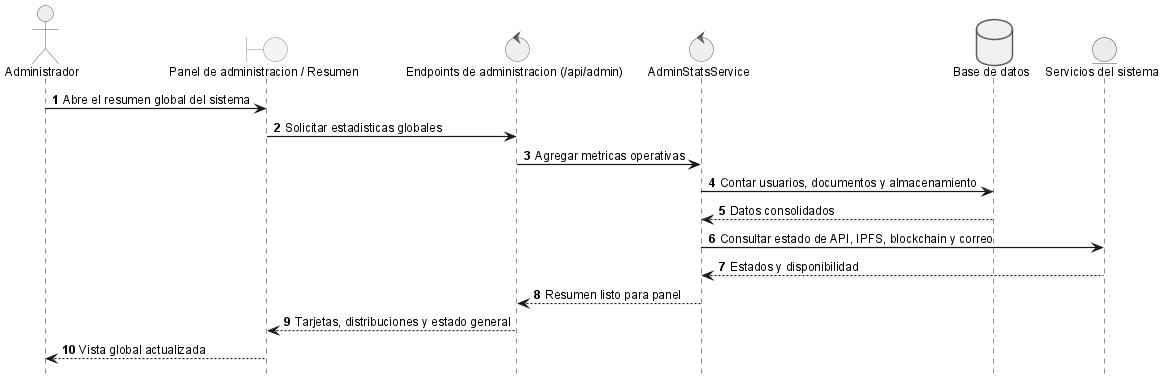
This is anexos/diagramas/seq-global-stats.png from ErDeivih/DocumentChain, a PlantUML export, as it was before one commit.
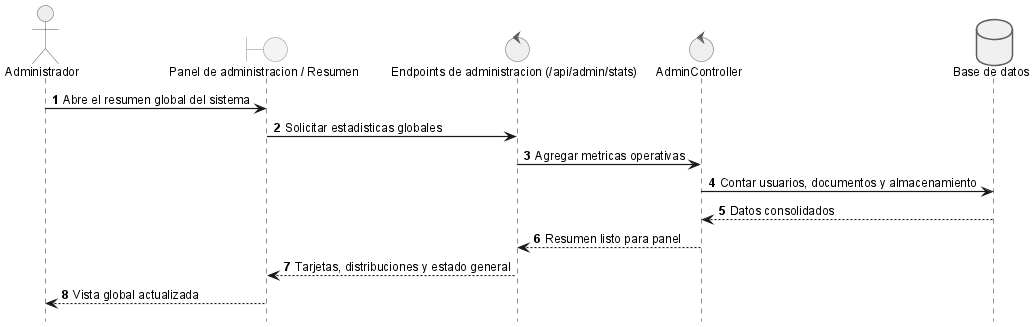
The same diagram one commit later.

The edit, as a diff of the source:
```diff
@@ -2,18 +2,15 @@
 !include _sequence-style.puml
 actor Administrador as admin
 boundary "Panel de administracion / Resumen" as ui
-control "Endpoints de administracion (/api/admin)" as api
-control "AdminStatsService" as srv
+control "Endpoints de administracion (/api/admin/stats)" as api
+control "AdminController" as srv
 database "Base de datos" as db
-entity "Servicios del sistema" as infra
 
 admin -> ui: Abre el resumen global del sistema
 ui -> api: Solicitar estadisticas globales
 api -> srv: Agregar metricas operativas
 srv -> db: Contar usuarios, documentos y almacenamiento
 db --> srv: Datos consolidados
-srv -> infra: Consultar estado de API, IPFS, blockchain y correo
-infra --> srv: Estados y disponibilidad
 srv --> api: Resumen listo para panel
 api --> ui: Tarjetas, distribuciones y estado general
 ui --> admin: Vista global actualizada
```
